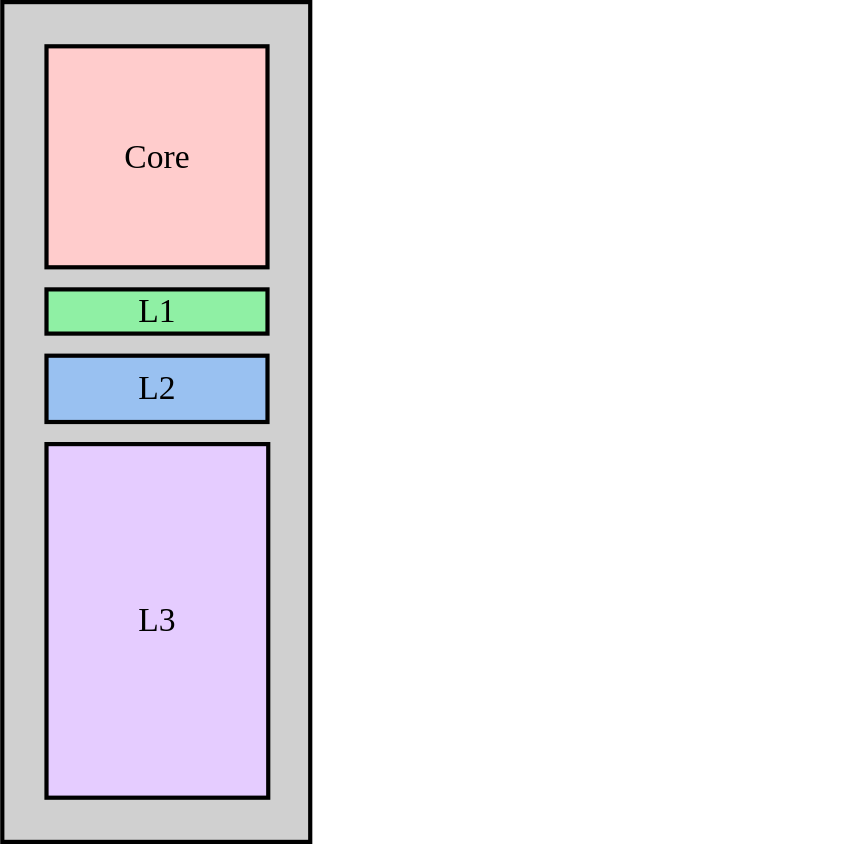
Above: Presentation/Figs/CPU.drawio.svg in scrufulufugus/tdr-inverse-materials (draw.io), before the change. Source tidied: cells renumbered, new cells last; positions are measured from the earlier drawing's top-left corner, leaving out a move shared by most shapes.
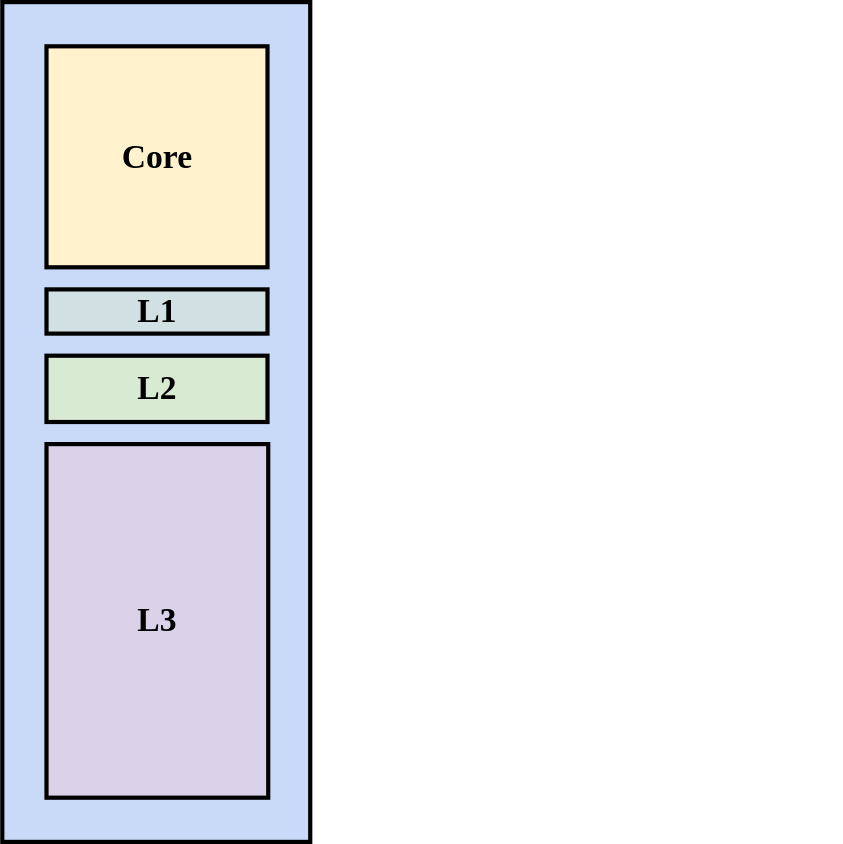
The same diagram one commit later.

The edit, as a diff of the source:
```diff
@@ -2,25 +2,25 @@
   <root>
     <mxCell id="0" />
     <mxCell id="1" parent="0" />
-    <mxCell id="2" style="group;fontFamily=DMCA Sans Serif;" parent="1" vertex="1">
+    <mxCell id="2" style="group;fontFamily=DMCA Sans Serif;fontStyle=1;" parent="1" vertex="1">
       <mxGeometry width="600" height="600" as="geometry" />
     </mxCell>
-    <mxCell id="3" style="rounded=0;whiteSpace=wrap;html=1;fillColor=none;strokeColor=none;fontFamily=DMCA Sans Serif;" parent="2" vertex="1">
+    <mxCell id="3" style="rounded=0;whiteSpace=wrap;html=1;fillColor=none;strokeColor=none;fontFamily=DMCA Sans Serif;fontStyle=1;" parent="2" vertex="1">
       <mxGeometry width="600" height="600" as="geometry" />
     </mxCell>
-    <mxCell id="4" style="rounded=0;whiteSpace=wrap;html=1;strokeWidth=3;fontFamily=DMCA Sans Serif;fontSize=24;fillColor=#D0D0D0;" parent="2" vertex="1">
+    <mxCell id="4" style="rounded=0;whiteSpace=wrap;html=1;strokeWidth=3;fontFamily=DMCA Sans Serif;fontSize=24;fillColor=#C9DAF8;fontStyle=1;" parent="2" vertex="1">
       <mxGeometry width="220" height="600" as="geometry" />
     </mxCell>
-    <mxCell id="5" value="Core" style="rounded=0;whiteSpace=wrap;html=1;strokeWidth=3;fillColor=#FFCCCC;fontFamily=DMCA Sans Serif;fontSize=24;" parent="2" vertex="1">
+    <mxCell id="5" value="Core" style="rounded=0;whiteSpace=wrap;html=1;strokeWidth=3;fillColor=#FFF2CC;fontFamily=DMCA Sans Serif;fontSize=24;fontStyle=1;" parent="2" vertex="1">
       <mxGeometry x="31.6" y="31.6" width="157.9" height="157.9" as="geometry" />
     </mxCell>
-    <mxCell id="6" value="L1" style="rounded=0;whiteSpace=wrap;html=1;strokeWidth=3;fillColor=#8ff0a4;fontFamily=DMCA Sans Serif;fontSize=24;" parent="2" vertex="1">
+    <mxCell id="6" value="L1" style="rounded=0;whiteSpace=wrap;html=1;strokeWidth=3;fillColor=#D0E0E3;fontFamily=DMCA Sans Serif;fontSize=24;fontStyle=1;" parent="2" vertex="1">
       <mxGeometry x="31.6" y="205.3" width="157.9" height="31.6" as="geometry" />
     </mxCell>
-    <mxCell id="7" value="L2" style="rounded=0;whiteSpace=wrap;html=1;strokeWidth=3;fillColor=#99c1f1;fontFamily=DMCA Sans Serif;fontSize=24;" parent="2" vertex="1">
+    <mxCell id="7" value="L2" style="rounded=0;whiteSpace=wrap;html=1;strokeWidth=3;fillColor=#D9EAD3;fontFamily=DMCA Sans Serif;fontSize=24;fontStyle=1;" parent="2" vertex="1">
       <mxGeometry x="31.6" y="252.6" width="157.9" height="47.4" as="geometry" />
     </mxCell>
-    <mxCell id="8" value="L3" style="rounded=0;whiteSpace=wrap;html=1;strokeWidth=3;fillColor=#E5CCFF;fontFamily=DMCA Sans Serif;fontSize=24;" parent="2" vertex="1">
+    <mxCell id="8" value="L3" style="rounded=0;whiteSpace=wrap;html=1;strokeWidth=3;fillColor=#D9D2E9;fontFamily=DMCA Sans Serif;fontSize=24;fontStyle=1;" parent="2" vertex="1">
       <mxGeometry x="31.6" y="315.8" width="158.4" height="252.6" as="geometry" />
     </mxCell>
   </root>
```
